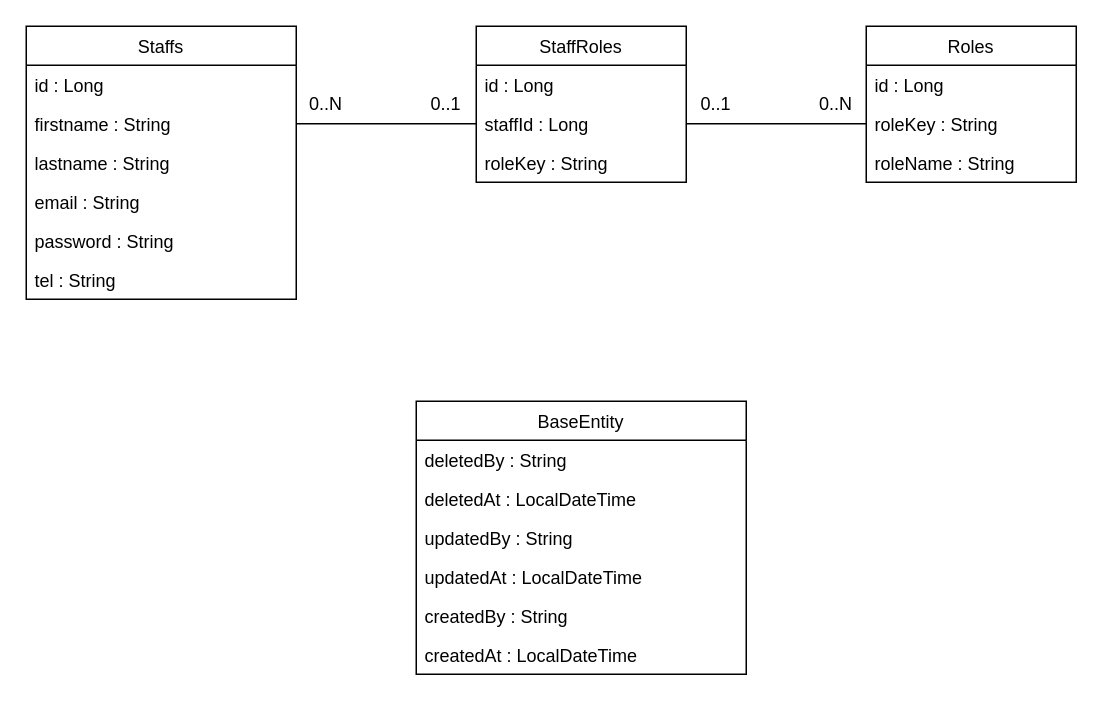
Before: projects/springboot_sample/doc/class_diagram.drawio in jyshine/study, a draw.io diagram. Source tidied: cells renumbered, new cells numbered last; positions are measured from the earlier drawing's top-left corner, leaving out a move shared by most shapes. Both pictures are drawn from the tidied source at 150%, with x=0, y=0 at pixel (26, 26).
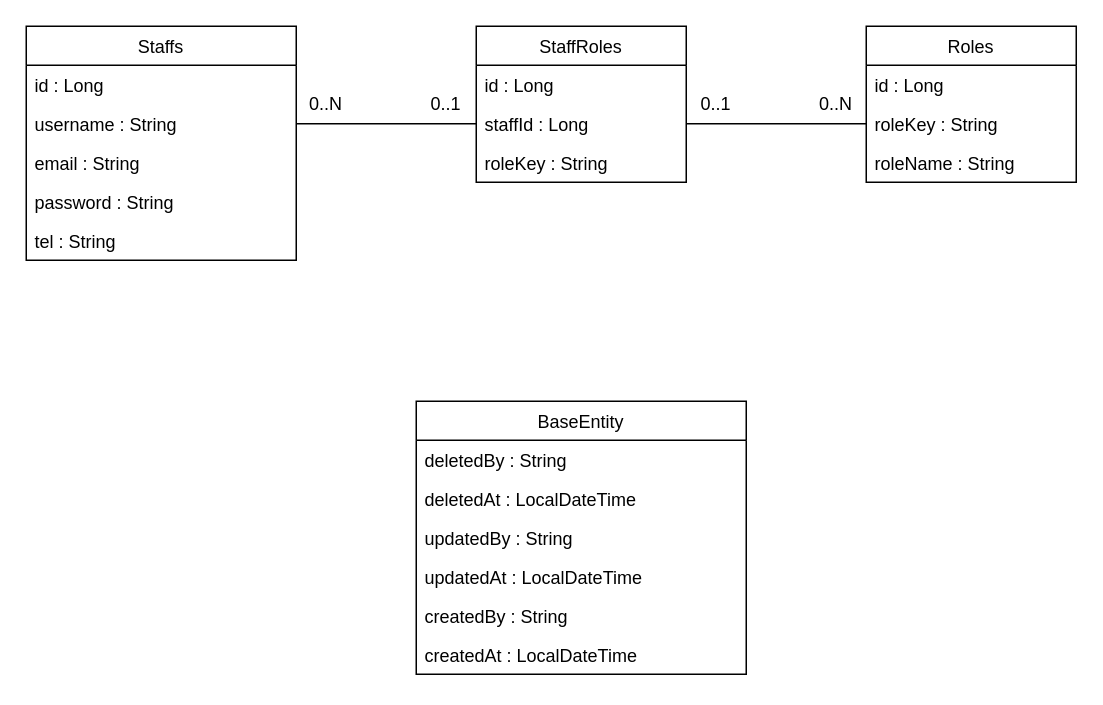
Above is the later version.

Change to the diagram source:
```diff
@@
     <mxCell id="2" value="Staffs" style="swimlane;fontStyle=0;horizontal=1;startSize=26;fillColor=none;" parent="1" vertex="1">
-      <mxGeometry width="180" height="182" as="geometry" />
+      <mxGeometry width="180" height="156" as="geometry" />
     </mxCell>
@@
-    <mxCell id="4" value="firstname : String" style="text;strokeColor=none;fillColor=none;align=left;verticalAlign=top;spacingLeft=4;spacingRight=4;overflow=hidden;points=[[0,0.5],[1,0.5]];portConstraint=eastwest;" parent="2" vertex="1">
+    <mxCell id="4" value="username : String" style="text;strokeColor=none;fillColor=none;align=left;verticalAlign=top;spacingLeft=4;spacingRight=4;overflow=hidden;points=[[0,0.5],[1,0.5]];portConstraint=eastwest;" parent="2" vertex="1">
       <mxGeometry y="52" width="180" height="26" as="geometry" />
     </mxCell>
-    <mxCell id="5" value="lastname : String" style="text;strokeColor=none;fillColor=none;align=left;verticalAlign=top;spacingLeft=4;spacingRight=4;overflow=hidden;" parent="2" vertex="1">
-      <mxGeometry y="78" width="180" height="26" as="geometry" />
-    </mxCell>
     <mxCell id="6" value="email : String" style="text;strokeColor=none;fillColor=none;align=left;verticalAlign=top;spacingLeft=4;spacingRight=4;overflow=hidden;" parent="2" vertex="1">
-      <mxGeometry y="104" width="180" height="26" as="geometry" />
+      <mxGeometry y="78" width="180" height="26" as="geometry" />
     </mxCell>
     <mxCell id="7" value="password : String&#10;" style="text;strokeColor=none;fillColor=none;align=left;verticalAlign=top;spacingLeft=4;spacingRight=4;overflow=hidden;" parent="2" vertex="1">
-      <mxGeometry y="130" width="180" height="26" as="geometry" />
+      <mxGeometry y="104" width="180" height="26" as="geometry" />
     </mxCell>
     <mxCell id="8" value="tel : String" style="text;strokeColor=none;fillColor=none;align=left;verticalAlign=top;spacingLeft=4;spacingRight=4;overflow=hidden;" parent="2" vertex="1">
-      <mxGeometry y="156" width="180" height="26" as="geometry" />
+      <mxGeometry y="130" width="180" height="26" as="geometry" />
     </mxCell>
```
